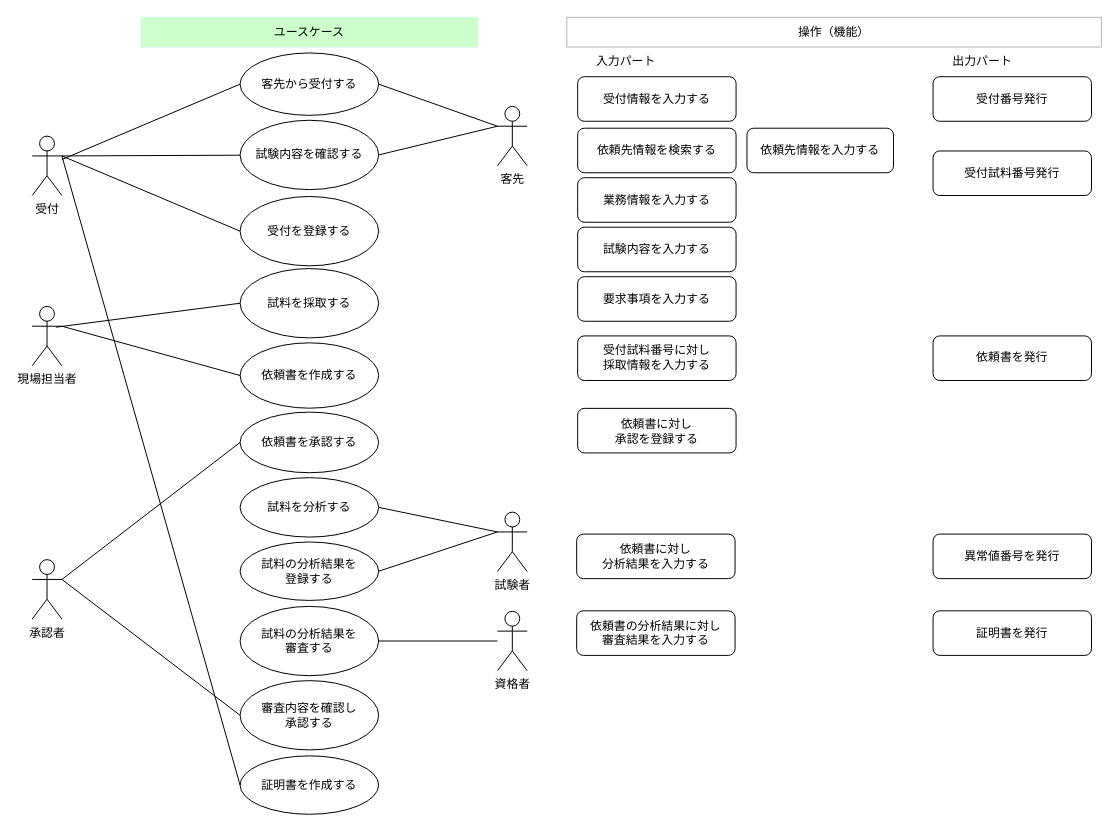
Earlier version of the draw.io diagram page "ユースケース図" (1 of 5) of 試料分析システム.drawio (kaoru387/draw.io). Source tidied: cells renumbered, new cells numbered last; positions are measured from the earlier drawing's top-left corner, leaving out a move shared by most shapes. Both pictures are drawn from the tidied source at 99%, with x=0, y=0 at pixel (32, 17).
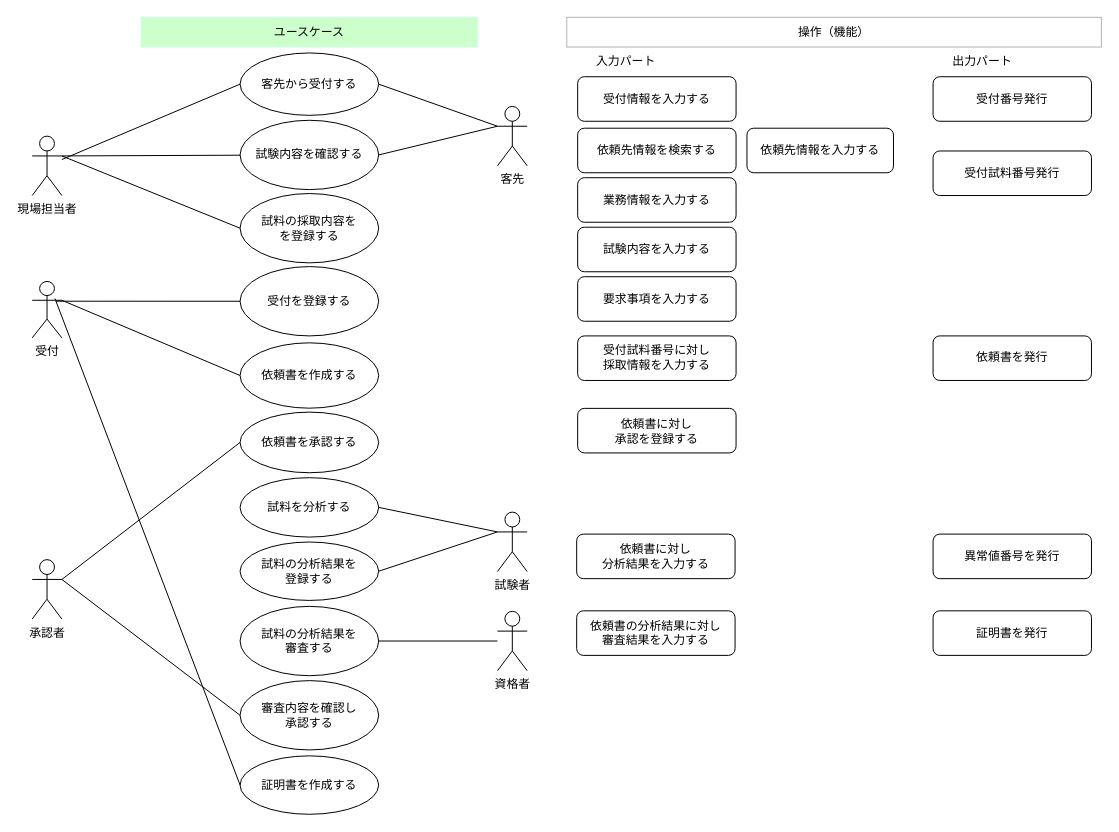
Above is the later version.

The change refers to these unchanged cells:
```xml
<mxCell id="11" value="証明書を作成する" style="ellipse;whiteSpace=wrap;html=1;" parent="1" vertex="1">
  <mxGeometry x="210" y="746" width="140" height="59" as="geometry" />
</mxCell>
```

Diff of the diagram source:
```diff
@@
     <mxCell id="4" value="受付を登録する" style="ellipse;whiteSpace=wrap;html=1;" parent="1" vertex="1">
-      <mxGeometry x="210" y="181" width="140" height="70" as="geometry" />
+      <mxGeometry x="210" y="251.8" width="140" height="70" as="geometry" />
     </mxCell>
@@
-    <mxCell id="12" value="現場担当者" style="shape=umlActor;verticalLabelPosition=bottom;verticalAlign=top;html=1;" parent="1" vertex="1">
-      <mxGeometry y="292" width="30" height="60" as="geometry" />
+    <mxCell id="12" value="受付" style="shape=umlActor;verticalLabelPosition=bottom;verticalAlign=top;html=1;" parent="1" vertex="1">
+      <mxGeometry y="266.8" width="30" height="57" as="geometry" />
     </mxCell>
-    <mxCell id="13" value="受付" style="shape=umlActor;verticalLabelPosition=bottom;verticalAlign=top;html=1;" parent="1" vertex="1">
+    <mxCell id="13" value="現場担当者" style="shape=umlActor;verticalLabelPosition=bottom;verticalAlign=top;html=1;" parent="1" vertex="1">
       <mxGeometry y="120" width="30" height="60" as="geometry" />
     </mxCell>
@@
-    <mxCell id="20" style="endArrow=none;html=1;rounded=0;exitX=1;exitY=0.3333333333333333;exitDx=0;exitDy=0;exitPerimeter=0;entryX=0;entryY=0.5;entryDx=0;entryDy=0;" parent="1" edge="1" source="13" target="4">
-      <mxGeometry relative="1" as="geometry" />
-    </mxCell>
@@
-    <mxCell id="23" value="試料を採取する" style="ellipse;whiteSpace=wrap;html=1;" parent="1" vertex="1">
-      <mxGeometry x="210" y="253.8" width="140" height="70" as="geometry" />
+    <mxCell id="23" value="試料の採取内容を&lt;br&gt;を登録する" style="ellipse;whiteSpace=wrap;html=1;" parent="1" vertex="1">
+      <mxGeometry x="210" y="178" width="140" height="70" as="geometry" />
     </mxCell>
-    <mxCell id="24" style="endArrow=none;html=1;rounded=0;entryX=0;entryY=0.5;entryDx=0;entryDy=0;exitX=0.8;exitY=0.35;exitDx=0;exitDy=0;exitPerimeter=0;" parent="1" edge="1" source="12" target="23">
+    <mxCell id="24" style="endArrow=none;html=1;rounded=0;entryX=0;entryY=0.5;entryDx=0;entryDy=0;exitX=0.8;exitY=0.35;exitDx=0;exitDy=0;exitPerimeter=0;" parent="1" edge="1" source="12" target="4">
       <mxGeometry relative="1" as="geometry" />
     </mxCell>
@@
-    <mxCell id="31" style="endArrow=none;html=1;rounded=0;exitX=1;exitY=0.3333333333333333;exitDx=0;exitDy=0;exitPerimeter=0;entryX=0;entryY=0.5;entryDx=0;entryDy=0;" parent="1" edge="1" source="13" target="11">
+    <mxCell id="31" style="endArrow=none;html=1;rounded=0;exitX=1;exitY=0.3333333333333333;exitDx=0;exitDy=0;exitPerimeter=0;entryX=0;entryY=0.5;entryDx=0;entryDy=0;" parent="1" edge="1" source="13" target="23">
       <mxGeometry relative="1" as="geometry" />
     </mxCell>
@@
+    <mxCell id="51" style="endArrow=none;html=1;rounded=0;entryX=0;entryY=0.5;entryDx=0;entryDy=0;exitX=0.767;exitY=0.303;exitDx=0;exitDy=0;exitPerimeter=0;" parent="1" edge="1" source="12" target="11">
+      <mxGeometry relative="1" as="geometry" />
+    </mxCell>
```
